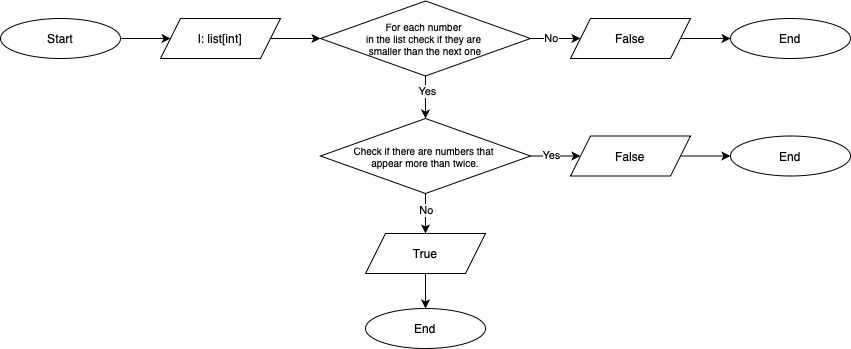
This is data/human_eval/p126/fc/l2.drawio.png from carlodenardin/svlm, a draw.io export, as it was before one commit. Source tidied: cells renumbered, new cells last; positions are measured from the earlier drawing's top-left corner, leaving out a move shared by most shapes.
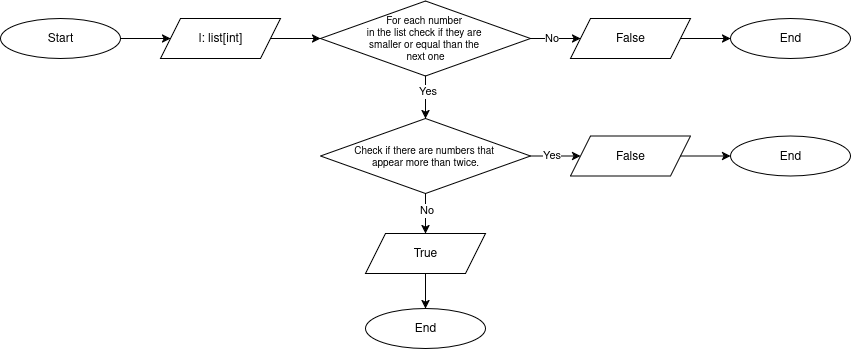
The same diagram one commit later.

Change to the diagram source:
```diff
@@ -2,20 +2,20 @@
   <root>
     <mxCell id="0" />
     <mxCell id="1" parent="0" />
-    <mxCell id="2" style="edgeStyle=orthogonalEdgeStyle;rounded=0;jettySize=auto;html=1;" parent="1" edge="1" source="x">
-      <mxGeometry relative="1" as="geometry">
-        <mxPoint x="200" as="targetPoint" />
-      </mxGeometry>
-    </mxCell>
+    <mxCell id="26" style="edgeStyle=orthogonalEdgeStyle;rounded=0;orthogonalLoop=1;jettySize=auto;html=1;" parent="1" edge="1">
+      <mxGeometry relative="1" as="geometry">
+        <mxPoint x="200" as="targetPoint" />
+      </mxGeometry>
+    </mxCell>
     <mxCell id="3" value="Start" style="ellipse;whiteSpace=wrap;html=1;" parent="1" vertex="1">
       <mxGeometry y="90" width="120" height="40" as="geometry" />
     </mxCell>
     <mxCell id="4" value="l: list[int]" style="shape=parallelogram;perimeter=parallelogramPerimeter;whiteSpace=wrap;html=1;fixedSize=1;" parent="1" vertex="1">
       <mxGeometry x="160" y="90" width="120" height="40" as="geometry" />
     </mxCell>
-    <mxCell id="5" value="For each number&amp;nbsp;&lt;div&gt;in the list check if they are&amp;nbsp;&lt;/div&gt;&lt;div&gt;smaller than the next one&lt;/div&gt;" style="rhombus;whiteSpace=wrap;html=1;fontSize=10;" parent="1" vertex="1">
-      <mxGeometry x="320" y="72.5" width="210" height="75" as="geometry" />
-    </mxCell>
+    <mxCell id="27" value="For each number&amp;nbsp;&lt;div&gt;in the list check if they are&amp;nbsp;&lt;/div&gt;&lt;div&gt;smaller or equal than the&amp;nbsp;&lt;/div&gt;&lt;div&gt;next one&lt;/div&gt;" style="rhombus;whiteSpace=wrap;html=1;fontSize=10;" parent="1" vertex="1">
+      <mxGeometry x="320" y="72.5" width="210" height="75" as="geometry" />
+    </mxCell>
     <mxCell id="6" value="False" style="shape=parallelogram;perimeter=parallelogramPerimeter;whiteSpace=wrap;html=1;fixedSize=1;" parent="1" vertex="1">
       <mxGeometry x="570" y="90" width="120" height="40" as="geometry" />
     </mxCell>
@@ -37,41 +37,41 @@
     <mxCell id="12" style="endArrow=classic;html=1;rounded=0;exitX=1;exitY=0.5;exitDx=0;exitDy=0;entryX=0;entryY=0.5;entryDx=0;entryDy=0;" parent="1" edge="1" source="3" target="4">
       <mxGeometry relative="1" as="geometry" />
     </mxCell>
-    <mxCell id="13" style="endArrow=classic;html=1;rounded=0;exitX=1;exitY=0.5;exitDx=0;exitDy=0;entryX=0;entryY=0.5;entryDx=0;entryDy=0;" parent="1" edge="1" source="4" target="5">
-      <mxGeometry relative="1" as="geometry" />
-    </mxCell>
-    <mxCell id="14" style="endArrow=classic;html=1;rounded=0;exitX=1;exitY=0.5;exitDx=0;exitDy=0;entryX=0;entryY=0.5;entryDx=0;entryDy=0;" parent="1" edge="1" source="5" target="6">
-      <mxGeometry relative="1" as="geometry" />
-    </mxCell>
-    <mxCell id="15" value="No" style="edgeLabel;html=1;align=center;verticalAlign=middle;" parent="14" vertex="1">
-      <mxGeometry x="0.03" y="1" relative="1" as="geometry">
-        <mxPoint x="-6" as="offset" />
-      </mxGeometry>
-    </mxCell>
-    <mxCell id="16" style="endArrow=classic;html=1;rounded=0;exitX=1;exitY=0.5;exitDx=0;exitDy=0;entryX=0;entryY=0.5;entryDx=0;entryDy=0;" parent="1" edge="1" target="8">
-      <mxGeometry relative="1" as="geometry">
-        <mxPoint x="530" y="227.5" as="sourcePoint" />
-      </mxGeometry>
-    </mxCell>
-    <mxCell id="17" value="Yes" style="edgeLabel;html=1;align=center;verticalAlign=middle;" parent="16" vertex="1">
-      <mxGeometry x="-0.49" y="1" relative="1" as="geometry">
-        <mxPoint x="7" as="offset" />
-      </mxGeometry>
-    </mxCell>
-    <mxCell id="18" style="endArrow=classic;html=1;rounded=0;exitX=0.5;exitY=1;exitDx=0;exitDy=0;entryX=0.5;entryY=0;entryDx=0;entryDy=0;" parent="1" edge="1" source="5" target="25">
-      <mxGeometry relative="1" as="geometry" />
-    </mxCell>
-    <mxCell id="19" value="Yes" style="edgeLabel;html=1;align=center;verticalAlign=middle;" parent="18" vertex="1">
-      <mxGeometry x="-0.3" y="1" relative="1" as="geometry" />
-    </mxCell>
+    <mxCell id="28" style="endArrow=classic;html=1;rounded=0;exitX=1;exitY=0.5;exitDx=0;exitDy=0;entryX=0;entryY=0.5;entryDx=0;entryDy=0;" parent="1" edge="1" source="4" target="27">
+      <mxGeometry relative="1" as="geometry" />
+    </mxCell>
+    <mxCell id="29" style="endArrow=classic;html=1;rounded=0;exitX=1;exitY=0.5;exitDx=0;exitDy=0;entryX=0;entryY=0.5;entryDx=0;entryDy=0;" parent="1" edge="1" source="27" target="6">
+      <mxGeometry relative="1" as="geometry" />
+    </mxCell>
+    <mxCell id="30" value="No" style="edgeLabel;html=1;align=center;verticalAlign=middle;" parent="29" vertex="1">
+      <mxGeometry x="0.03" y="1" relative="1" as="geometry">
+        <mxPoint x="-6" as="offset" />
+      </mxGeometry>
+    </mxCell>
+    <mxCell id="31" style="endArrow=classic;html=1;rounded=0;exitX=1;exitY=0.5;exitDx=0;exitDy=0;entryX=0;entryY=0.5;entryDx=0;entryDy=0;" parent="1" edge="1" target="8">
+      <mxGeometry relative="1" as="geometry">
+        <mxPoint x="530" y="227.5" as="sourcePoint" />
+      </mxGeometry>
+    </mxCell>
+    <mxCell id="32" value="Yes" style="edgeLabel;html=1;align=center;verticalAlign=middle;" parent="31" vertex="1">
+      <mxGeometry x="-0.49" y="1" relative="1" as="geometry">
+        <mxPoint x="7" as="offset" />
+      </mxGeometry>
+    </mxCell>
+    <mxCell id="33" style="endArrow=classic;html=1;rounded=0;exitX=0.5;exitY=1;exitDx=0;exitDy=0;entryX=0.5;entryY=0;entryDx=0;entryDy=0;" parent="1" edge="1" source="27" target="25">
+      <mxGeometry relative="1" as="geometry" />
+    </mxCell>
+    <mxCell id="34" value="Yes" style="edgeLabel;html=1;align=center;verticalAlign=middle;" parent="33" vertex="1">
+      <mxGeometry x="-0.3" y="1" relative="1" as="geometry" />
+    </mxCell>
     <mxCell id="20" style="endArrow=classic;html=1;rounded=0;exitX=0.5;exitY=1;exitDx=0;exitDy=0;entryX=0.5;entryY=0;entryDx=0;entryDy=0;" parent="1" edge="1" source="25" target="10">
       <mxGeometry relative="1" as="geometry" />
     </mxCell>
-    <mxCell id="21" value="No" style="edgeLabel;html=1;align=center;verticalAlign=middle;" parent="20" vertex="1">
-      <mxGeometry x="-0.21" y="-2" relative="1" as="geometry">
-        <mxPoint x="2" as="offset" />
-      </mxGeometry>
-    </mxCell>
+    <mxCell id="35" value="No" style="edgeLabel;html=1;align=center;verticalAlign=middle;" parent="20" vertex="1">
+      <mxGeometry x="-0.21" y="-2" relative="1" as="geometry">
+        <mxPoint x="2" as="offset" />
+      </mxGeometry>
+    </mxCell>
     <mxCell id="22" style="endArrow=classic;html=1;rounded=0;entryX=0;entryY=0.5;entryDx=0;entryDy=0;exitX=1;exitY=0.5;exitDx=0;exitDy=0;" parent="1" edge="1" source="6" target="7">
       <mxGeometry relative="1" as="geometry" />
     </mxCell>
```
